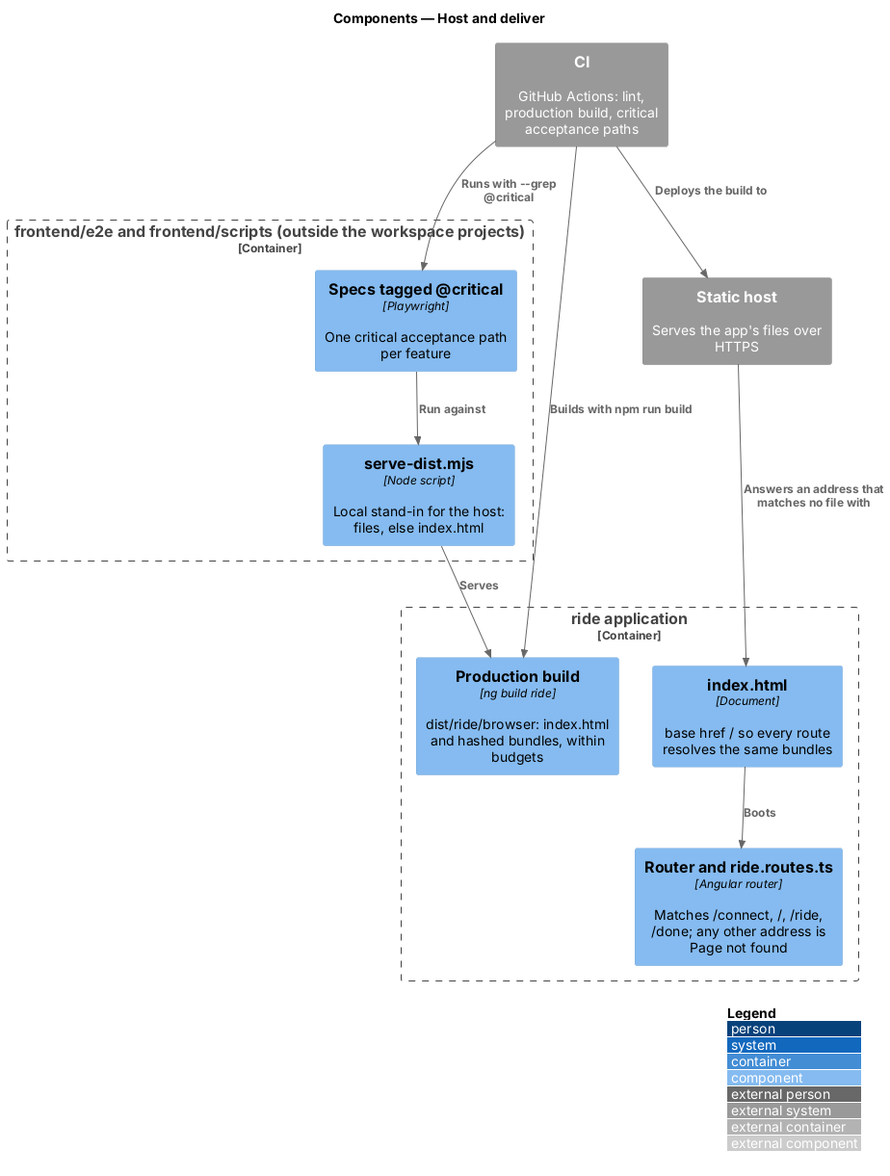
This is docs/detailed-designs/platform/host-and-deliver/diagrams/c4-component.png from QuinntyneBrown/ride-one, a PlantUML export, as it was before one commit. The source it was exported from:
```plantuml
@startuml
!include <C4/C4_Component>
LAYOUT_WITH_LEGEND()
title Components — Host and deliver

System_Ext(host, "Static host", "Serves the app's files over HTTPS")
System_Ext(ci, "CI", "GitHub Actions: lint, production build, critical acceptance paths")
Container_Boundary(ride, "ride application") {
  Component(build, "Production build", "ng build ride", "dist/ride/browser: index.html and hashed bundles, within budgets")
  Component(index, "index.html", "Document", "base href / so every route resolves the same bundles")
  Component(router, "Router and ride.routes.ts", "Angular router", "Matches /connect, /, /ride, /done; any other address is Page not found")
}
Container_Boundary(e2e, "frontend/e2e and frontend/scripts (outside the workspace projects)") {
  Component(specs, "Specs tagged @critical", "Playwright", "One critical acceptance path per feature")
  Component(serve, "serve-dist.mjs", "Node script", "Local stand-in for the host: files, else index.html")
}
Rel(ci, build, "Builds with npm run build")
Rel(ci, specs, "Runs with --grep @critical")
Rel(specs, serve, "Run against")
Rel(serve, build, "Serves")
Rel(ci, host, "Deploys the build to")
Rel(host, index, "Answers an address that matches no file with")
Rel(index, router, "Boots")
@enduml
```
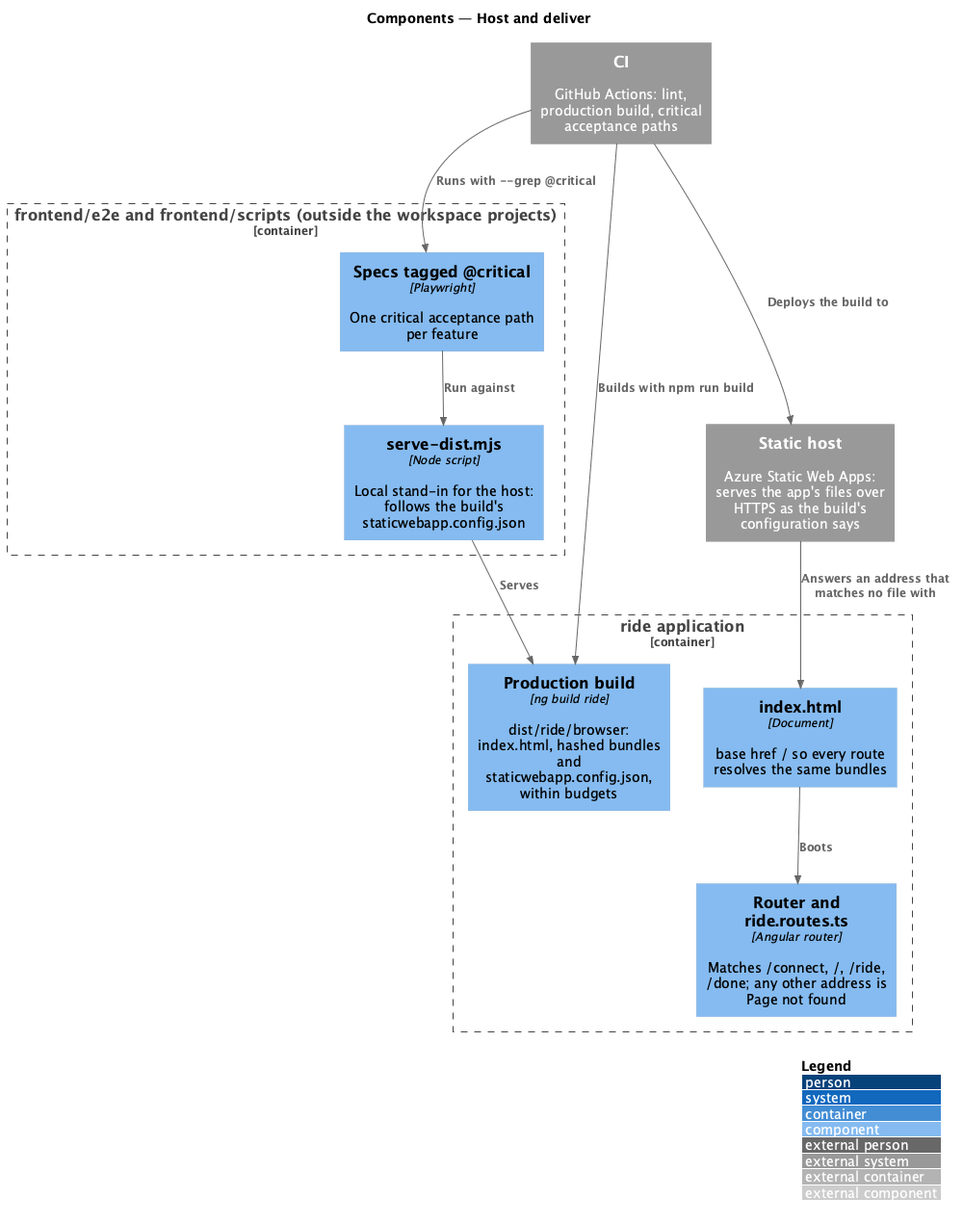
Later version of the same file.

Change to the diagram source:
```diff
@@ -3,16 +3,16 @@
 LAYOUT_WITH_LEGEND()
 title Components — Host and deliver
 
-System_Ext(host, "Static host", "Serves the app's files over HTTPS")
+System_Ext(host, "Static host", "Azure Static Web Apps: serves the app's files over HTTPS as the build's configuration says")
 System_Ext(ci, "CI", "GitHub Actions: lint, production build, critical acceptance paths")
 Container_Boundary(ride, "ride application") {
-  Component(build, "Production build", "ng build ride", "dist/ride/browser: index.html and hashed bundles, within budgets")
+  Component(build, "Production build", "ng build ride", "dist/ride/browser: index.html, hashed bundles and staticwebapp.config.json, within budgets")
   Component(index, "index.html", "Document", "base href / so every route resolves the same bundles")
   Component(router, "Router and ride.routes.ts", "Angular router", "Matches /connect, /, /ride, /done; any other address is Page not found")
 }
 Container_Boundary(e2e, "frontend/e2e and frontend/scripts (outside the workspace projects)") {
   Component(specs, "Specs tagged @critical", "Playwright", "One critical acceptance path per feature")
-  Component(serve, "serve-dist.mjs", "Node script", "Local stand-in for the host: files, else index.html")
+  Component(serve, "serve-dist.mjs", "Node script", "Local stand-in for the host: follows the build's staticwebapp.config.json")
 }
 Rel(ci, build, "Builds with npm run build")
 Rel(ci, specs, "Runs with --grep @critical")
```
